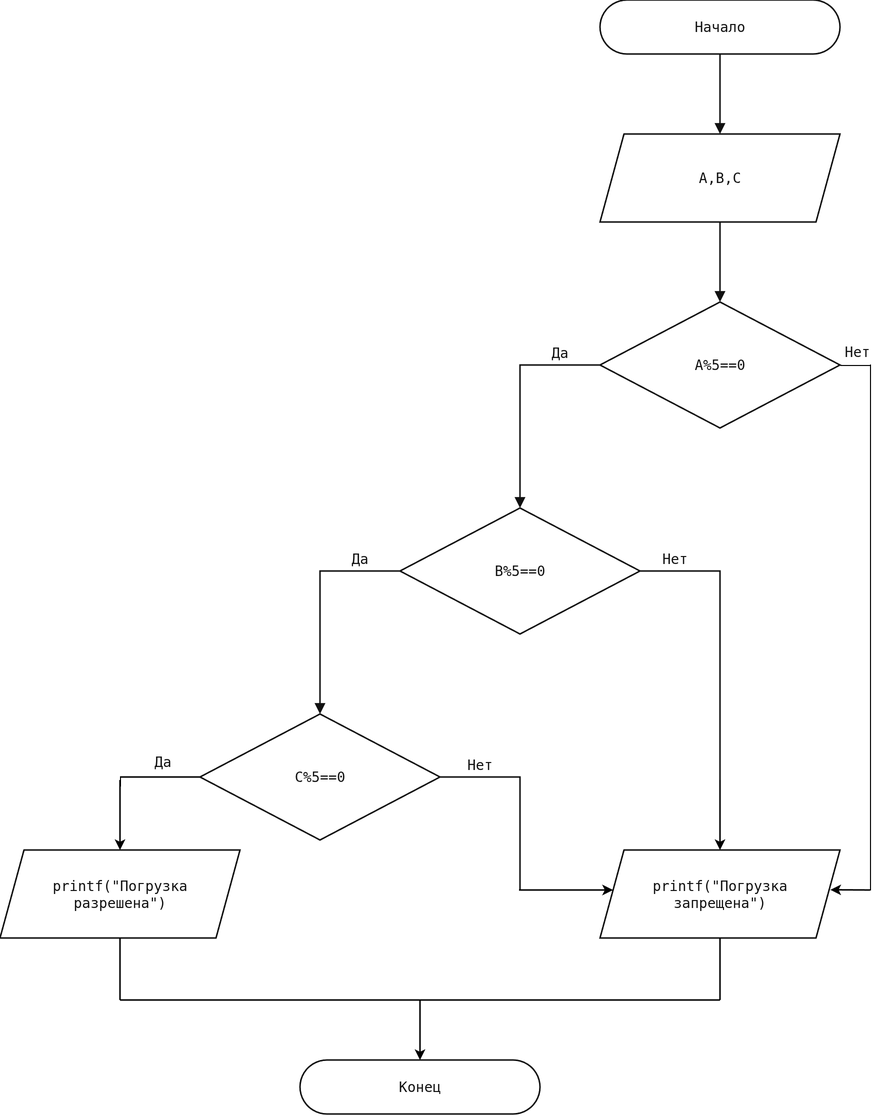
The draw.io diagram scheme.png in HolyEduard/lab4HW, before a commit. Source tidied: cells renumbered, new cells last; positions are measured from the earlier drawing's top-left corner, leaving out a move shared by most shapes.
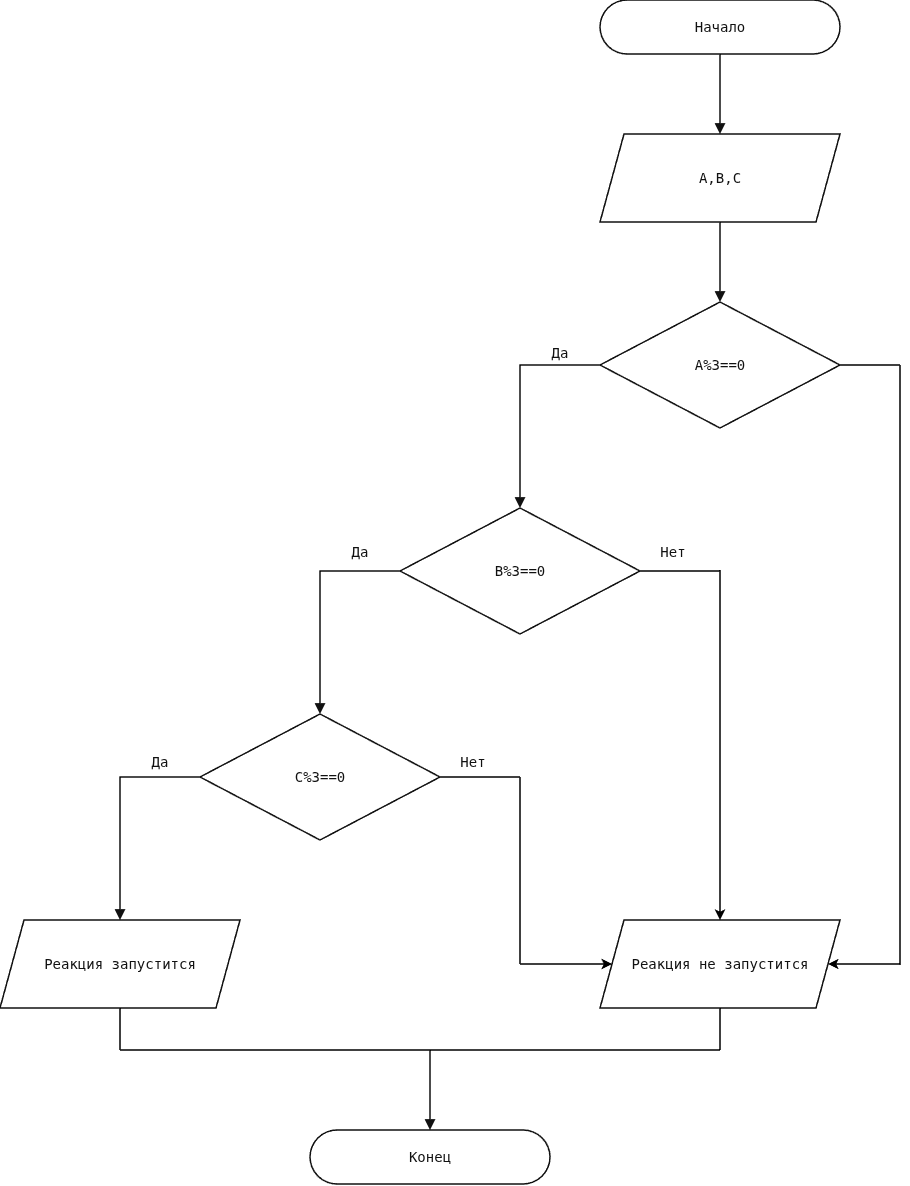
Later version of the same file.

The edit, as a diff of the source:
```diff
@@ -8,39 +8,38 @@
     <mxCell id="3" value="A,B,C" style="shape=parallelogram;perimeter=parallelogramPerimeter;fixedSize=1;size=24;whiteSpace=wrap;html=0;fontSize=14;fontFamily=DejaVu Sans Mono,Consolas,monospace;strokeWidth=1.5;fillColor=#ffffff;strokeColor=#111111;fontColor=#111111;align=center;verticalAlign=middle;spacing=0;overflow=visible;" parent="1" vertex="1">
       <mxGeometry x="600" y="134" width="240" height="88" as="geometry" />
     </mxCell>
-    <mxCell id="4" style="edgeStyle=none;html=1;endArrow=none;endFill=0;" parent="1" edge="1" source="5">
-      <mxGeometry relative="1" as="geometry">
-        <mxPoint x="870" y="365" as="targetPoint" />
-      </mxGeometry>
-    </mxCell>
-    <mxCell id="5" value="A%5==0" style="shape=rhombus;perimeter=rhombusPerimeter;whiteSpace=wrap;html=0;fontSize=14;fontFamily=DejaVu Sans Mono,Consolas,monospace;strokeWidth=1.5;fillColor=#ffffff;strokeColor=#111111;fontColor=#111111;align=center;verticalAlign=middle;spacing=0;overflow=visible;" parent="1" vertex="1">
+    <mxCell id="5" value="A%3==0" style="shape=rhombus;perimeter=rhombusPerimeter;whiteSpace=wrap;html=0;fontSize=14;fontFamily=DejaVu Sans Mono,Consolas,monospace;strokeWidth=1.5;fillColor=#ffffff;strokeColor=#111111;fontColor=#111111;align=center;verticalAlign=middle;spacing=0;overflow=visible;" parent="1" vertex="1">
       <mxGeometry x="600" y="302" width="240" height="126" as="geometry" />
     </mxCell>
-    <mxCell id="6" value="B%5==0" style="shape=rhombus;perimeter=rhombusPerimeter;whiteSpace=wrap;html=0;fontSize=14;fontFamily=DejaVu Sans Mono,Consolas,monospace;strokeWidth=1.5;fillColor=#ffffff;strokeColor=#111111;fontColor=#111111;align=center;verticalAlign=middle;spacing=0;overflow=visible;" parent="1" vertex="1">
+    <mxCell id="6" value="B%3==0" style="shape=rhombus;perimeter=rhombusPerimeter;whiteSpace=wrap;html=0;fontSize=14;fontFamily=DejaVu Sans Mono,Consolas,monospace;strokeWidth=1.5;fillColor=#ffffff;strokeColor=#111111;fontColor=#111111;align=center;verticalAlign=middle;spacing=0;overflow=visible;" parent="1" vertex="1">
       <mxGeometry x="400" y="508" width="240" height="126" as="geometry" />
     </mxCell>
-    <mxCell id="7" value="C%5==0" style="shape=rhombus;perimeter=rhombusPerimeter;whiteSpace=wrap;html=0;fontSize=14;fontFamily=DejaVu Sans Mono,Consolas,monospace;strokeWidth=1.5;fillColor=#ffffff;strokeColor=#111111;fontColor=#111111;align=center;verticalAlign=middle;spacing=0;overflow=visible;" parent="1" vertex="1">
+    <mxCell id="7" value="C%3==0" style="shape=rhombus;perimeter=rhombusPerimeter;whiteSpace=wrap;html=0;fontSize=14;fontFamily=DejaVu Sans Mono,Consolas,monospace;strokeWidth=1.5;fillColor=#ffffff;strokeColor=#111111;fontColor=#111111;align=center;verticalAlign=middle;spacing=0;overflow=visible;" parent="1" vertex="1">
       <mxGeometry x="200" y="714" width="240" height="126" as="geometry" />
     </mxCell>
-    <mxCell id="8" value="printf(&quot;Погрузка &#10;разрешена&quot;)" style="shape=parallelogram;perimeter=parallelogramPerimeter;fixedSize=1;size=24;whiteSpace=wrap;html=0;fontSize=14;fontFamily=DejaVu Sans Mono,Consolas,monospace;strokeWidth=1.5;fillColor=#ffffff;strokeColor=#111111;fontColor=#111111;align=center;verticalAlign=middle;spacing=0;overflow=visible;" parent="1" vertex="1">
-      <mxGeometry y="850" width="240" height="88" as="geometry" />
+    <mxCell id="8" value="Реакция запустится" style="shape=parallelogram;perimeter=parallelogramPerimeter;fixedSize=1;size=24;whiteSpace=wrap;html=0;fontSize=14;fontFamily=DejaVu Sans Mono,Consolas,monospace;strokeWidth=1.5;fillColor=#ffffff;strokeColor=#111111;fontColor=#111111;align=center;verticalAlign=middle;spacing=0;overflow=visible;" parent="1" vertex="1">
+      <mxGeometry y="920" width="240" height="88" as="geometry" />
     </mxCell>
     <mxCell id="9" value="Конец" style="rounded=1;arcSize=50;whiteSpace=wrap;html=0;fontSize=14;fontFamily=DejaVu Sans Mono,Consolas,monospace;strokeWidth=1.5;fillColor=#ffffff;strokeColor=#111111;fontColor=#111111;align=center;verticalAlign=middle;spacing=0;overflow=visible;" parent="1" vertex="1">
-      <mxGeometry x="300" y="1060" width="240" height="54" as="geometry" />
+      <mxGeometry x="310" y="1130" width="240" height="54" as="geometry" />
     </mxCell>
-    <mxCell id="10" style="edgeStyle=none;noEdgeStyle=1;rounded=0;html=0;endArrow=classic;endFill=1;endSize=7;strokeWidth=1.5;strokeColor=#111111;fontColor=#111111;fontSize=14;fontFamily=DejaVu Sans Mono,Consolas,monospace;labelBackgroundColor=#ffffff;jumpStyle=gap;jumpSize=6;endArrow=none;exitX=1;exitY=0.5;exitPerimeter=0;startArrow=none;startFill=0;" parent="1" edge="1" source="7">
-      <mxGeometry x="0.49" relative="1" as="geometry">
-        <mxPoint x="520" y="890" as="targetPoint" />
-        <Array as="points">
-          <mxPoint x="520" y="777" />
-        </Array>
-      </mxGeometry>
-    </mxCell>
-    <mxCell id="11" value="Нет" style="edgeLabel;html=0;align=center;verticalAlign=middle;spacing=0;fontFamily=DejaVu Sans Mono,Consolas,monospace;fontSize=14;fontColor=#111111;strokeColor=none;fillColor=#ffffff;" parent="10" vertex="1">
-      <mxGeometry x="-0.59" width="34.88" height="22" relative="1" as="geometry">
-        <mxPoint x="-17.4" y="-24" as="offset" />
-      </mxGeometry>
-    </mxCell>
+    <mxCell id="36" style="edgeStyle=none;noEdgeStyle=1;rounded=0;html=0;endArrow=block;endFill=1;endSize=7;strokeWidth=1.5;strokeColor=#111111;fontColor=#111111;fontSize=14;fontFamily=DejaVu Sans Mono,Consolas,monospace;labelBackgroundColor=#ffffff;jumpStyle=gap;jumpSize=6;exitX=0.5;exitY=1;entryX=0.5;entryY=0;exitPerimeter=0;entryPerimeter=0;" parent="1" edge="1" target="9">
+      <mxGeometry relative="1" as="geometry">
+        <mxPoint x="430" y="1050" as="sourcePoint" />
+      </mxGeometry>
+    </mxCell>
+    <mxCell id="37" style="edgeStyle=none;noEdgeStyle=1;rounded=0;html=0;endArrow=block;endFill=1;endSize=7;strokeWidth=1.5;strokeColor=#111111;fontColor=#111111;fontSize=14;fontFamily=DejaVu Sans Mono,Consolas,monospace;labelBackgroundColor=#ffffff;jumpStyle=gap;jumpSize=6;exitX=0;exitY=0.5;entryX=0.5;entryY=0;exitPerimeter=0;entryPerimeter=0;" parent="1" edge="1" source="7" target="8">
+      <mxGeometry relative="1" as="geometry">
+        <Array as="points">
+          <mxPoint x="120" y="777" />
+        </Array>
+      </mxGeometry>
+    </mxCell>
+    <mxCell id="14" value="Да" style="edgeLabel;html=0;align=center;verticalAlign=middle;spacing=0;fontFamily=DejaVu Sans Mono,Consolas,monospace;fontSize=14;fontColor=#111111;strokeColor=none;fillColor=#ffffff;" parent="37" vertex="1">
+      <mxGeometry x="-0.64" width="25.92" height="22" relative="1" as="geometry">
+        <mxPoint x="-13" y="-27" as="offset" />
+      </mxGeometry>
+    </mxCell>
     <mxCell id="12" style="edgeStyle=none;noEdgeStyle=1;rounded=0;html=0;endArrow=block;endFill=1;endSize=7;strokeWidth=1.5;strokeColor=#111111;fontColor=#111111;fontSize=14;fontFamily=DejaVu Sans Mono,Consolas,monospace;labelBackgroundColor=#ffffff;jumpStyle=gap;jumpSize=6;exitX=0;exitY=0.5;entryX=0.5;entryY=0;exitPerimeter=0;entryPerimeter=0;" parent="1" edge="1" source="6" target="7">
       <mxGeometry relative="1" as="geometry">
         <Array as="points">
@@ -50,14 +49,19 @@
     </mxCell>
     <mxCell id="13" value="Да" style="edgeLabel;html=0;align=center;verticalAlign=middle;spacing=0;fontFamily=DejaVu Sans Mono,Consolas,monospace;fontSize=14;fontColor=#111111;strokeColor=none;fillColor=#ffffff;" parent="12" vertex="1">
       <mxGeometry x="-0.64" width="25.92" height="22" relative="1" as="geometry">
-        <mxPoint x="-13" y="-24" as="offset" />
+        <mxPoint x="-13" y="-31" as="offset" />
       </mxGeometry>
     </mxCell>
-    <mxCell id="14" value="Да" style="edgeLabel;html=0;align=center;verticalAlign=middle;spacing=0;fontFamily=DejaVu Sans Mono,Consolas,monospace;fontSize=14;fontColor=#111111;strokeColor=none;fillColor=#ffffff;" parent="12" vertex="1">
-      <mxGeometry x="-0.64" width="25.92" height="22" relative="1" as="geometry">
-        <mxPoint x="-210" y="179" as="offset" />
-      </mxGeometry>
-    </mxCell>
+    <mxCell id="38" value="Нет" style="edgeLabel;html=0;align=center;verticalAlign=middle;spacing=0;fontFamily=DejaVu Sans Mono,Consolas,monospace;fontSize=14;fontColor=#111111;strokeColor=none;fillColor=#ffffff;" parent="12" vertex="1">
+      <mxGeometry x="-0.64" width="25.92" height="22" relative="1" as="geometry">
+        <mxPoint x="300" y="-31" as="offset" />
+      </mxGeometry>
+    </mxCell>
+    <mxCell id="39" value="Нет" style="edgeLabel;html=0;align=center;verticalAlign=middle;spacing=0;fontFamily=DejaVu Sans Mono,Consolas,monospace;fontSize=14;fontColor=#111111;strokeColor=none;fillColor=#ffffff;" parent="12" vertex="1">
+      <mxGeometry x="-0.64" width="25.92" height="22" relative="1" as="geometry">
+        <mxPoint x="100" y="179" as="offset" />
+      </mxGeometry>
+    </mxCell>
     <mxCell id="15" style="edgeStyle=none;noEdgeStyle=1;rounded=0;html=0;endArrow=block;endFill=1;endSize=7;strokeWidth=1.5;strokeColor=#111111;fontColor=#111111;fontSize=14;fontFamily=DejaVu Sans Mono,Consolas,monospace;labelBackgroundColor=#ffffff;jumpStyle=gap;jumpSize=6;exitX=0;exitY=0.5;entryX=0.5;entryY=0;exitPerimeter=0;entryPerimeter=0;" parent="1" edge="1" source="5" target="6">
       <mxGeometry relative="1" as="geometry">
         <Array as="points">
@@ -78,98 +82,66 @@
         <mxPoint x="720" y="54" as="sourcePoint" />
       </mxGeometry>
     </mxCell>
-    <mxCell id="19" style="edgeStyle=none;noEdgeStyle=1;rounded=0;html=0;endArrow=classic;endFill=1;endSize=7;strokeWidth=1.5;strokeColor=#111111;fontColor=#111111;fontSize=14;fontFamily=Helvetica;labelBackgroundColor=#ffffff;jumpStyle=gap;jumpSize=6;endArrow=none;exitX=1;exitY=0.5;exitPerimeter=0;startArrow=none;startFill=0;" parent="1" edge="1" source="6">
-      <mxGeometry x="0.14" relative="1" as="geometry">
-        <mxPoint x="720" y="780" as="targetPoint" />
-        <Array as="points">
-          <mxPoint x="720" y="571" />
-        </Array>
-      </mxGeometry>
-    </mxCell>
-    <mxCell id="20" value="Нет" style="edgeLabel;html=0;align=center;verticalAlign=middle;spacing=0;fontFamily=DejaVu Sans Mono,Consolas,monospace;fontSize=14;fontColor=#111111;strokeColor=none;fillColor=#ffffff;" parent="19" vertex="1">
-      <mxGeometry x="-0.76" width="34.88" height="22" relative="1" as="geometry">
-        <mxPoint x="-17.4" y="-24" as="offset" />
-      </mxGeometry>
-    </mxCell>
-    <mxCell id="21" value="Нет" style="edgeLabel;html=0;align=center;verticalAlign=middle;spacing=0;fontFamily=DejaVu Sans Mono,Consolas,monospace;fontSize=14;fontColor=#111111;strokeColor=none;fillColor=#ffffff;" parent="19" vertex="1">
-      <mxGeometry x="-0.76" width="34.88" height="22" relative="1" as="geometry">
-        <mxPoint x="165" y="-231" as="offset" />
-      </mxGeometry>
-    </mxCell>
-    <mxCell id="22" style="endArrow=classic;html=1;entryX=0.5;entryY=0;entryDx=0;entryDy=0;endFill=1;strokeWidth=1.5;" parent="1" edge="1">
-      <mxGeometry relative="1" as="geometry">
-        <mxPoint x="120" y="780" as="sourcePoint" />
-        <mxPoint x="120" y="850" as="targetPoint" />
-      </mxGeometry>
-    </mxCell>
-    <mxCell id="23" style="endArrow=none;html=1;exitX=0;exitY=0.5;exitDx=0;exitDy=0;strokeWidth=1.5;" parent="1" edge="1" source="7">
-      <mxGeometry relative="1" as="geometry">
-        <mxPoint x="120" y="777" as="targetPoint" />
-      </mxGeometry>
-    </mxCell>
-    <mxCell id="24" style="endArrow=none;html=1;" parent="1" edge="1">
-      <mxGeometry relative="1" as="geometry">
-        <mxPoint x="120" y="786" as="sourcePoint" />
-        <mxPoint x="120" y="776" as="targetPoint" />
-      </mxGeometry>
-    </mxCell>
-    <mxCell id="25" style="edgeStyle=none;orthogonalLoop=1;jettySize=auto;html=1;endArrow=none;endFill=0;" parent="1" edge="1">
-      <mxGeometry relative="1" as="geometry">
-        <mxPoint x="870" y="364" as="sourcePoint" />
-        <mxPoint x="870" y="414" as="targetPoint" />
-      </mxGeometry>
-    </mxCell>
-    <mxCell id="26" value=" " style="edgeStyle=none;orthogonalLoop=1;jettySize=auto;html=1;endArrow=none;endFill=0;" parent="1" edge="1">
-      <mxGeometry relative="1" as="geometry">
-        <mxPoint x="870" y="405" as="sourcePoint" />
-        <mxPoint x="870" y="890" as="targetPoint" />
-      </mxGeometry>
-    </mxCell>
-    <mxCell id="27" value="printf(&quot;Погрузка &#10;запрещена&quot;)" style="shape=parallelogram;perimeter=parallelogramPerimeter;fixedSize=1;size=24;whiteSpace=wrap;html=0;fontSize=14;fontFamily=DejaVu Sans Mono,Consolas,monospace;strokeWidth=1.5;fillColor=#ffffff;strokeColor=#111111;fontColor=#111111;align=center;verticalAlign=middle;spacing=0;overflow=visible;" parent="1" vertex="1">
-      <mxGeometry x="600" y="850" width="240" height="88" as="geometry" />
-    </mxCell>
-    <mxCell id="28" style="endArrow=classic;html=1;entryX=0.5;entryY=0;entryDx=0;entryDy=0;strokeWidth=1.5;endFill=1;" parent="1" edge="1" target="27">
-      <mxGeometry relative="1" as="geometry">
-        <mxPoint x="720" y="780" as="sourcePoint" />
-      </mxGeometry>
-    </mxCell>
-    <mxCell id="29" style="endArrow=classic;html=1;endFill=1;strokeWidth=1.5;" parent="1" edge="1">
-      <mxGeometry relative="1" as="geometry">
-        <mxPoint x="519" y="890" as="sourcePoint" />
-        <mxPoint x="613" y="890" as="targetPoint" />
-      </mxGeometry>
-    </mxCell>
-    <mxCell id="30" style="endArrow=none;html=1;exitX=0.96;exitY=0.452;exitDx=0;exitDy=0;exitPerimeter=0;endFill=0;startArrow=classic;startFill=1;strokeWidth=1.5;" parent="1" edge="1" source="27">
-      <mxGeometry relative="1" as="geometry">
-        <mxPoint x="870" y="890" as="targetPoint" />
-      </mxGeometry>
-    </mxCell>
-    <mxCell id="31" style="endArrow=none;html=1;entryX=0.5;entryY=1;entryDx=0;entryDy=0;strokeWidth=1.5;" parent="1" edge="1" target="8">
-      <mxGeometry relative="1" as="geometry">
-        <mxPoint x="120" y="1000" as="sourcePoint" />
-      </mxGeometry>
-    </mxCell>
-    <mxCell id="32" style="endArrow=none;html=1;strokeWidth=1.5;" parent="1" edge="1">
-      <mxGeometry relative="1" as="geometry">
-        <mxPoint x="420" y="1000" as="sourcePoint" />
-        <mxPoint x="120" y="1000" as="targetPoint" />
-      </mxGeometry>
-    </mxCell>
-    <mxCell id="33" style="endArrow=none;html=1;exitX=0.5;exitY=0;exitDx=0;exitDy=0;endFill=0;startArrow=classic;startFill=1;strokeWidth=1.5;" parent="1" edge="1" source="9">
-      <mxGeometry relative="1" as="geometry">
-        <mxPoint x="420" y="1000" as="targetPoint" />
-      </mxGeometry>
-    </mxCell>
-    <mxCell id="34" style="endArrow=none;html=1;strokeWidth=1.5;entryX=0.5;entryY=1;entryDx=0;entryDy=0;" parent="1" edge="1" target="27">
-      <mxGeometry relative="1" as="geometry">
-        <mxPoint x="720" y="1000" as="sourcePoint" />
-      </mxGeometry>
-    </mxCell>
-    <mxCell id="35" style="endArrow=none;html=1;strokeWidth=1.5;" parent="1" edge="1">
-      <mxGeometry relative="1" as="geometry">
-        <mxPoint x="420" y="1000" as="sourcePoint" />
-        <mxPoint x="720" y="1000" as="targetPoint" />
-      </mxGeometry>
-    </mxCell>
+    <mxCell id="40" value="Реакция не запустится" style="shape=parallelogram;perimeter=parallelogramPerimeter;fixedSize=1;size=24;whiteSpace=wrap;html=0;fontSize=14;fontFamily=DejaVu Sans Mono,Consolas,monospace;strokeWidth=1.5;fillColor=#ffffff;strokeColor=#111111;fontColor=#111111;align=center;verticalAlign=middle;spacing=0;overflow=visible;" parent="1" vertex="1">
+      <mxGeometry x="600" y="920" width="240" height="88" as="geometry" />
+    </mxCell>
+    <mxCell id="41" style="endArrow=none;html=1;exitX=0.5;exitY=0;exitDx=0;exitDy=0;startArrow=classic;startFill=1;strokeWidth=1.5;" parent="1" edge="1" source="40">
+      <mxGeometry relative="1" as="geometry">
+        <mxPoint x="720" y="570" as="targetPoint" />
+      </mxGeometry>
+    </mxCell>
+    <mxCell id="42" style="endArrow=none;html=1;entryX=1;entryY=0.5;entryDx=0;entryDy=0;strokeWidth=1.5;" parent="1" edge="1" target="6">
+      <mxGeometry relative="1" as="geometry">
+        <mxPoint x="720" y="571" as="sourcePoint" />
+      </mxGeometry>
+    </mxCell>
+    <mxCell id="43" style="endArrow=none;html=1;exitX=0;exitY=0.5;exitDx=0;exitDy=0;strokeWidth=1.5;endFill=0;startArrow=classic;startFill=1;" parent="1" edge="1" source="40">
+      <mxGeometry relative="1" as="geometry">
+        <mxPoint x="520" y="964" as="targetPoint" />
+      </mxGeometry>
+    </mxCell>
+    <mxCell id="44" style="endArrow=none;html=1;exitX=1;exitY=0.5;exitDx=0;exitDy=0;strokeWidth=1.5;" parent="1" edge="1" source="7">
+      <mxGeometry relative="1" as="geometry">
+        <mxPoint x="520" y="777" as="targetPoint" />
+      </mxGeometry>
+    </mxCell>
+    <mxCell id="45" style="endArrow=none;html=1;strokeWidth=1.5;exitX=1;exitY=0;exitDx=0;exitDy=0;" parent="1" edge="1">
+      <mxGeometry relative="1" as="geometry">
+        <mxPoint x="520" y="964" as="sourcePoint" />
+        <mxPoint x="520" y="777" as="targetPoint" />
+      </mxGeometry>
+    </mxCell>
+    <mxCell id="46" style="endArrow=none;html=1;entryX=1;entryY=0.5;entryDx=0;entryDy=0;strokeWidth=1.5;" parent="1" edge="1" target="5">
+      <mxGeometry relative="1" as="geometry">
+        <mxPoint x="900" y="365" as="sourcePoint" />
+      </mxGeometry>
+    </mxCell>
+    <mxCell id="47" style="endArrow=none;html=1;strokeWidth=1.5;" parent="1" edge="1">
+      <mxGeometry relative="1" as="geometry">
+        <mxPoint x="900" y="965" as="sourcePoint" />
+        <mxPoint x="900" y="365" as="targetPoint" />
+      </mxGeometry>
+    </mxCell>
+    <mxCell id="48" style="endArrow=none;html=1;exitX=1;exitY=0.5;exitDx=0;exitDy=0;strokeWidth=1.5;endFill=0;startArrow=classic;startFill=1;" parent="1" edge="1" source="40">
+      <mxGeometry relative="1" as="geometry">
+        <mxPoint x="900" y="964" as="targetPoint" />
+      </mxGeometry>
+    </mxCell>
+    <mxCell id="49" style="endArrow=none;html=1;entryX=0.5;entryY=1;entryDx=0;entryDy=0;strokeWidth=1.5;" parent="1" edge="1" target="40">
+      <mxGeometry relative="1" as="geometry">
+        <mxPoint x="720" y="1050" as="sourcePoint" />
+      </mxGeometry>
+    </mxCell>
+    <mxCell id="50" style="endArrow=none;html=1;entryX=0.5;entryY=1;entryDx=0;entryDy=0;strokeWidth=1.5;" parent="1" edge="1" target="8">
+      <mxGeometry relative="1" as="geometry">
+        <mxPoint x="120" y="1050" as="sourcePoint" />
+      </mxGeometry>
+    </mxCell>
+    <mxCell id="51" style="endArrow=none;html=1;strokeWidth=1.5;" parent="1" edge="1">
+      <mxGeometry relative="1" as="geometry">
+        <mxPoint x="120" y="1050" as="sourcePoint" />
+        <mxPoint x="720" y="1050" as="targetPoint" />
+      </mxGeometry>
+    </mxCell>
   </root>
 </mxGraphModel>
```
